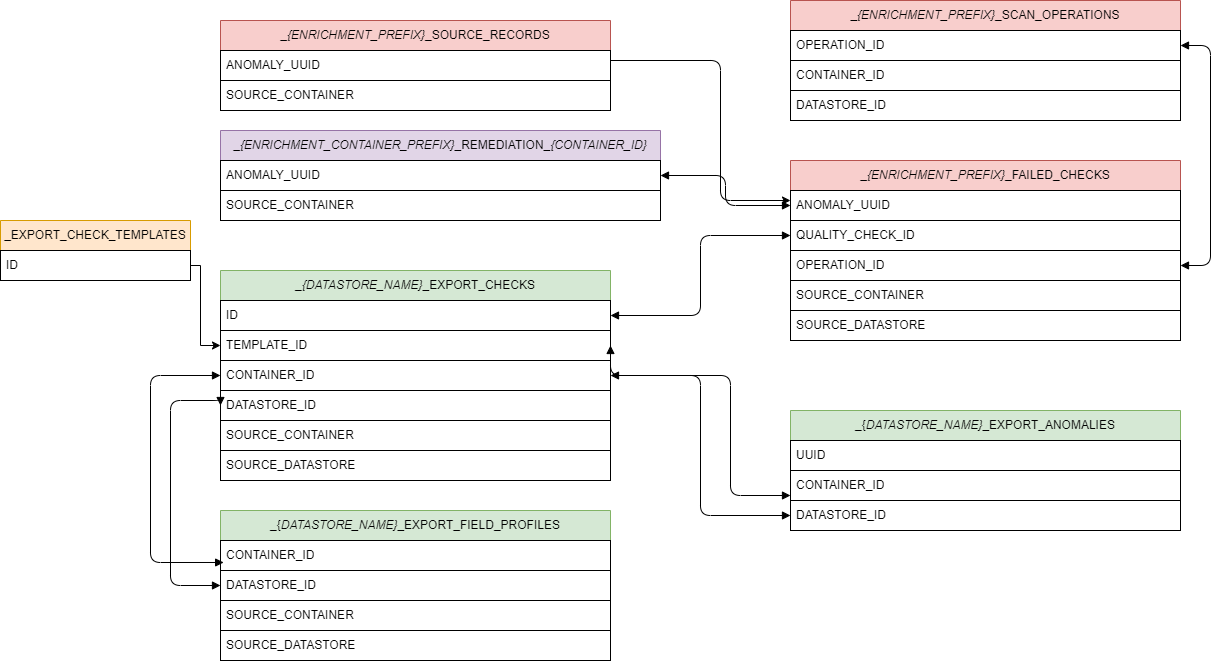
Above: docs/assets/enrichment/diagram-light.png in Qualytics/userguide (draw.io), before the change. Source tidied: cells renumbered, new cells last; positions are measured from the earlier drawing's top-left corner, leaving out a move shared by most shapes.
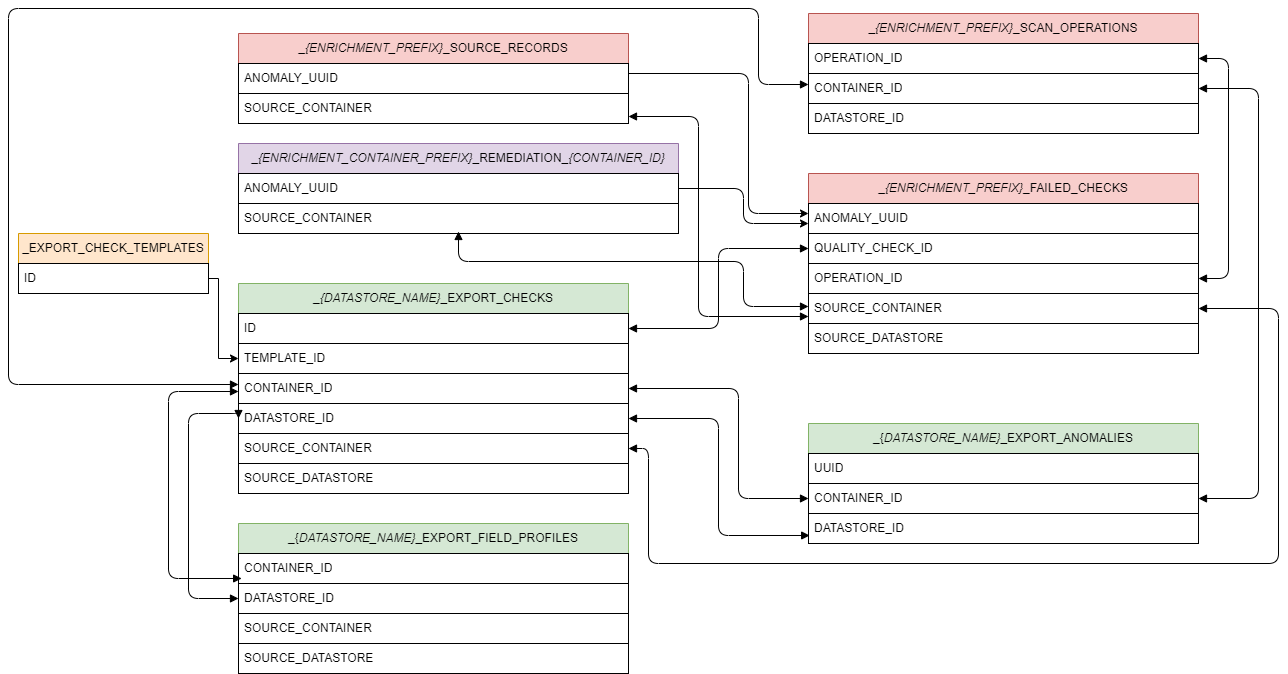
Later version of the same file.

Commit message:
Update enrichment diagram

Change to the diagram source:
```diff
@@ -86,11 +86,13 @@
     <mxCell id="29" value="SOURCE_DATASTORE" style="text;strokeColor=default;fillColor=none;align=left;verticalAlign=middle;spacingLeft=4;spacingRight=4;overflow=hidden;whiteSpace=wrap;html=1;" parent="24" vertex="1">
       <mxGeometry y="150" width="390" height="30" as="geometry" />
     </mxCell>
-    <mxCell id="30" style="edgeStyle=orthogonalEdgeStyle;rounded=1;jettySize=auto;html=1;entryX=0.008;entryY=0.733;entryDx=0;entryDy=0;entryPerimeter=0;startArrow=block;startFill=1;endArrow=block;endFill=1;exitX=0;exitY=0.5;exitDx=0;exitDy=0;" parent="1" edge="1" source="5" target="10">
+    <mxCell id="30" style="edgeStyle=orthogonalEdgeStyle;rounded=1;orthogonalLoop=1;jettySize=auto;html=1;entryX=0.008;entryY=0.733;entryDx=0;entryDy=0;entryPerimeter=0;startArrow=block;startFill=1;endArrow=block;endFill=1;exitX=0;exitY=0.5;exitDx=0;exitDy=0;" parent="1" edge="1">
       <mxGeometry relative="1" as="geometry">
+        <mxPoint x="220" y="378" as="sourcePoint" />
+        <mxPoint x="223.1" y="565" as="targetPoint" />
         <Array as="points">
-          <mxPoint x="150" y="375" />
-          <mxPoint x="150" y="562" />
+          <mxPoint x="150" y="378" />
+          <mxPoint x="150" y="565" />
         </Array>
       </mxGeometry>
     </mxCell>
@@ -103,17 +105,6 @@
         </Array>
       </mxGeometry>
     </mxCell>
-    <mxCell id="32" style="edgeStyle=orthogonalEdgeStyle;rounded=1;jettySize=auto;html=1;entryX=1;entryY=0.5;entryDx=0;entryDy=0;startArrow=block;startFill=1;endArrow=block;endFill=1;" parent="1" edge="1" source="16" target="4">
-      <mxGeometry relative="1" as="geometry">
-        <Array as="points">
-          <mxPoint x="730" y="495" />
-          <mxPoint x="730" y="375" />
-        </Array>
-      </mxGeometry>
-    </mxCell>
-    <mxCell id="33" style="edgeStyle=orthogonalEdgeStyle;rounded=1;jettySize=auto;html=1;entryX=1;entryY=0.5;entryDx=0;entryDy=0;startArrow=block;startFill=1;endArrow=block;endFill=1;" parent="1" edge="1" source="17" target="5">
-      <mxGeometry relative="1" as="geometry" />
-    </mxCell>
     <mxCell id="34" value="_&lt;i&gt;{ENRICHMENT_PREFIX}&lt;/i&gt;_SCAN_OPERATIONS" style="swimlane;fontStyle=0;horizontal=1;startSize=30;swimlaneLine=1;fillColor=#f8cecc;whiteSpace=wrap;html=1;swimlaneHead=1;strokeColor=#b85450;" parent="1" vertex="1">
       <mxGeometry x="790" width="390" height="120" as="geometry" />
     </mxCell>
@@ -137,16 +128,13 @@
     <mxCell id="39" style="edgeStyle=orthogonalEdgeStyle;rounded=1;jettySize=auto;html=1;entryX=0;entryY=0.5;entryDx=0;entryDy=0;startArrow=block;startFill=1;endArrow=block;endFill=1;" parent="1" edge="1" source="3" target="26">
       <mxGeometry relative="1" as="geometry" />
     </mxCell>
-    <mxCell id="40" style="edgeStyle=orthogonalEdgeStyle;rounded=1;jettySize=auto;html=1;entryX=0;entryY=0.5;entryDx=0;entryDy=0;startArrow=block;startFill=1;endArrow=block;endFill=1;" parent="1" edge="1" source="22" target="25">
-      <mxGeometry relative="1" as="geometry" />
-    </mxCell>
     <mxCell id="41" style="edgeStyle=orthogonalEdgeStyle;rounded=1;orthogonalLoop=1;jettySize=auto;html=1;" parent="1" edge="1">
       <mxGeometry relative="1" as="geometry">
         <mxPoint x="610" y="60" as="sourcePoint" />
         <mxPoint x="790" y="200" as="targetPoint" />
         <Array as="points">
-          <mxPoint x="720" y="60" />
-          <mxPoint x="720" y="200" />
+          <mxPoint x="730" y="60" />
+          <mxPoint x="730" y="200" />
         </Array>
       </mxGeometry>
     </mxCell>
@@ -164,5 +152,75 @@
         </Array>
       </mxGeometry>
     </mxCell>
+    <mxCell id="45" style="edgeStyle=orthogonalEdgeStyle;rounded=1;jettySize=auto;html=1;entryX=1;entryY=0.5;entryDx=0;entryDy=0;curved=0;startArrow=block;startFill=1;endArrow=block;endFill=1;" parent="1" edge="1" source="36" target="16">
+      <mxGeometry relative="1" as="geometry">
+        <Array as="points">
+          <mxPoint x="1240" y="75" />
+          <mxPoint x="1240" y="485" />
+        </Array>
+      </mxGeometry>
+    </mxCell>
+    <mxCell id="40" style="edgeStyle=orthogonalEdgeStyle;rounded=1;jettySize=auto;html=1;curved=0;" parent="1" edge="1" source="22" target="25">
+      <mxGeometry relative="1" as="geometry">
+        <Array as="points">
+          <mxPoint x="725" y="175" />
+          <mxPoint x="725" y="210" />
+        </Array>
+      </mxGeometry>
+    </mxCell>
+    <mxCell id="46" style="edgeStyle=orthogonalEdgeStyle;rounded=1;jettySize=auto;html=1;entryX=0.003;entryY=0.733;entryDx=0;entryDy=0;entryPerimeter=0;startArrow=block;startFill=1;endArrow=block;endFill=1;curved=0;" parent="1" edge="1" source="6" target="17">
+      <mxGeometry relative="1" as="geometry" />
+    </mxCell>
+    <mxCell id="47" style="edgeStyle=orthogonalEdgeStyle;rounded=1;jettySize=auto;html=1;entryX=0;entryY=0.5;entryDx=0;entryDy=0;curved=0;startArrow=block;startFill=1;endArrow=block;endFill=1;" parent="1" edge="1" source="5" target="16">
+      <mxGeometry relative="1" as="geometry">
+        <Array as="points">
+          <mxPoint x="720" y="375" />
+          <mxPoint x="720" y="485" />
+        </Array>
+      </mxGeometry>
+    </mxCell>
+    <mxCell id="48" style="edgeStyle=orthogonalEdgeStyle;rounded=1;orthogonalLoop=1;jettySize=auto;html=1;entryX=0;entryY=0.5;entryDx=0;entryDy=0;curved=0;startArrow=block;startFill=1;endArrow=block;endFill=1;" parent="1" edge="1">
+      <mxGeometry relative="1" as="geometry">
+        <mxPoint x="610" y="103" as="sourcePoint" />
+        <mxPoint x="790" y="303" as="targetPoint" />
+        <Array as="points">
+          <mxPoint x="680" y="103" />
+          <mxPoint x="680" y="303" />
+        </Array>
+      </mxGeometry>
+    </mxCell>
+    <mxCell id="49" style="edgeStyle=orthogonalEdgeStyle;rounded=1;orthogonalLoop=1;jettySize=auto;html=1;curved=0;startArrow=block;startFill=1;endArrow=block;endFill=1;" parent="1" edge="1">
+      <mxGeometry relative="1" as="geometry">
+        <mxPoint x="220" y="371" as="sourcePoint" />
+        <mxPoint x="790" y="71" as="targetPoint" />
+        <Array as="points">
+          <mxPoint x="-10" y="371" />
+          <mxPoint x="-10" y="-5" />
+          <mxPoint x="740" y="-5" />
+          <mxPoint x="740" y="71" />
+        </Array>
+      </mxGeometry>
+    </mxCell>
+    <mxCell id="50" style="edgeStyle=orthogonalEdgeStyle;rounded=1;jettySize=auto;html=1;curved=0;startArrow=block;startFill=1;endArrow=block;endFill=1;" parent="1" edge="1" source="7" target="28">
+      <mxGeometry relative="1" as="geometry">
+        <Array as="points">
+          <mxPoint x="630" y="435" />
+          <mxPoint x="630" y="550" />
+          <mxPoint x="1260" y="550" />
+          <mxPoint x="1260" y="295" />
+        </Array>
+      </mxGeometry>
+    </mxCell>
+    <mxCell id="51" style="edgeStyle=orthogonalEdgeStyle;rounded=1;orthogonalLoop=1;jettySize=auto;html=1;startArrow=block;startFill=1;endArrow=block;endFill=1;strokeColor=default;curved=0;" parent="1" edge="1">
+      <mxGeometry relative="1" as="geometry">
+        <mxPoint x="440" y="218" as="sourcePoint" />
+        <mxPoint x="790" y="293" as="targetPoint" />
+        <Array as="points">
+          <mxPoint x="440" y="248" />
+          <mxPoint x="725" y="248" />
+          <mxPoint x="725" y="293" />
+        </Array>
+      </mxGeometry>
+    </mxCell>
   </root>
 </mxGraphModel>
```
